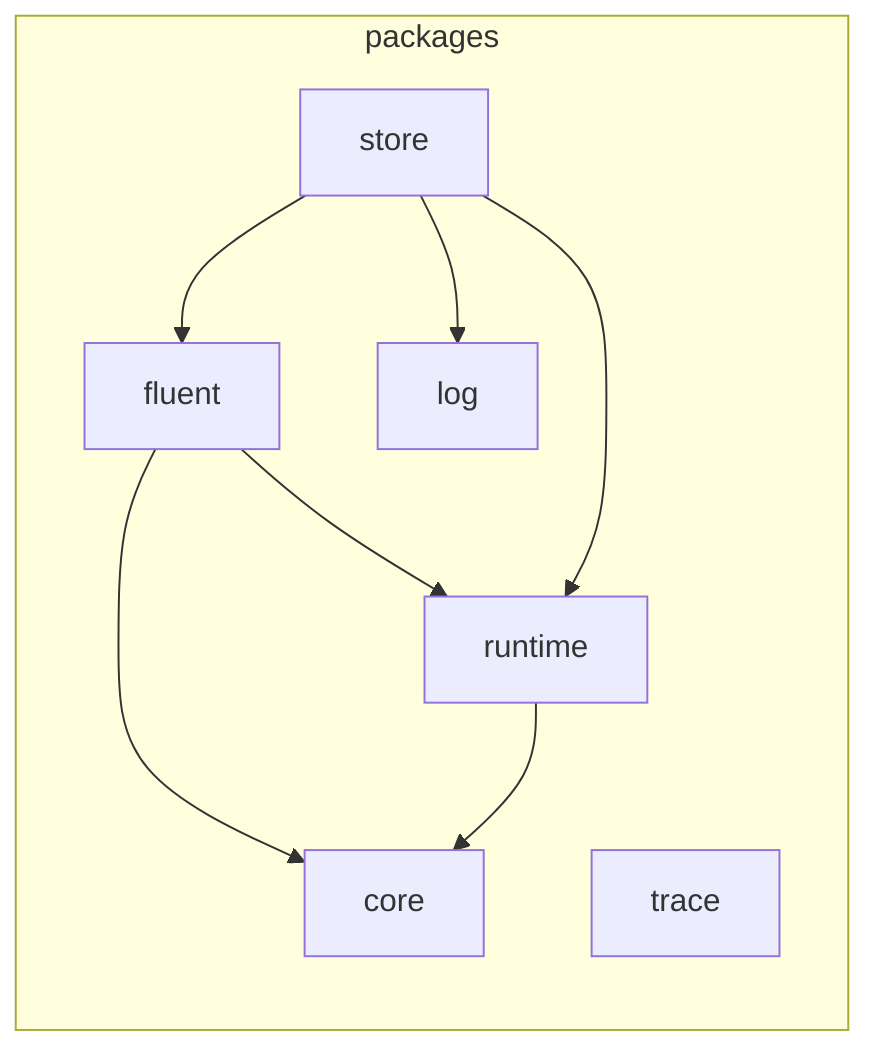
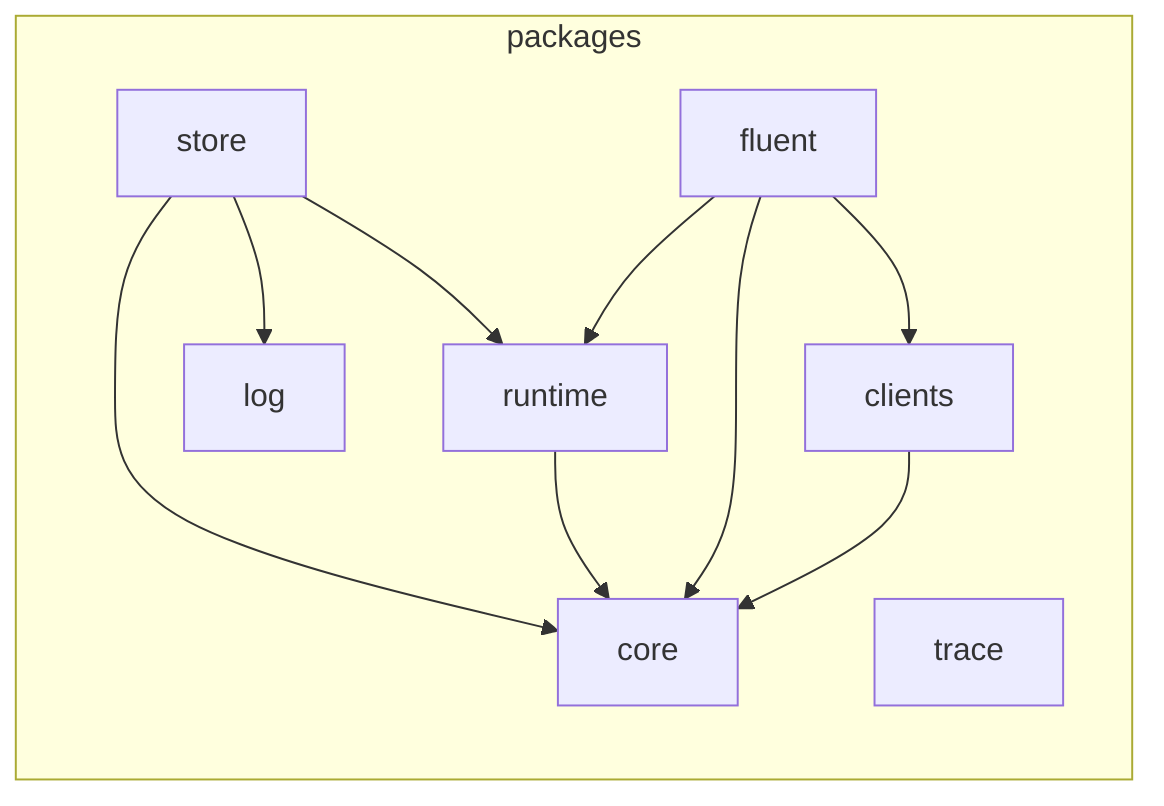
flowchart LR

subgraph 0["packages"]
- 1["core"]
- 2["fluent"]
- 3["log"]
- 4["runtime"]
- 5["store"]
- 6["trace"]
+ 1["clients"]
+ 2["core"]
+ 3["fluent"]
+ 4["log"]
+ 5["runtime"]
+ 6["store"]
+ 7["trace"]
end
- 2-->4
- 2-->1
- 4-->1
+ 1-->2
+ 3-->2
+ 3-->5
+ 3-->1
5-->2
- 5-->3
- 5-->4
+ 6-->2
+ 6-->4
+ 6-->5
